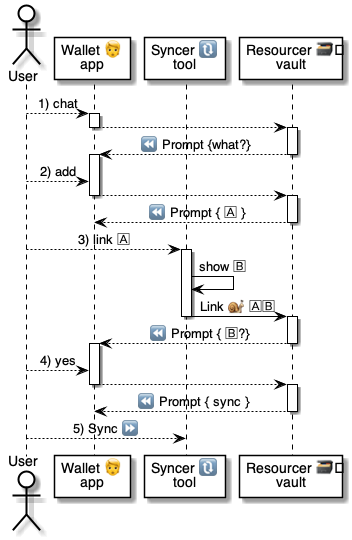
Earlier version of the PlantUML export 5 ⏩ Flows/77 🔃⏩ Syncer/.📎 Assets/clone.png (pollyweb-org/pollyweb-docs). Its source is kept beside it as 5 ⏩ Flows/77 🔃⏩ Syncer/.📎 Assets/clone.puml.
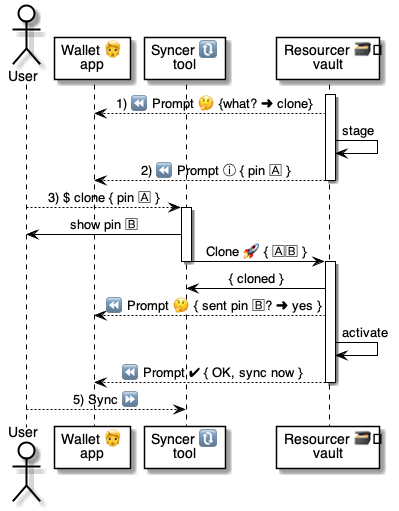
After the commit.

Change to the diagram source:
```diff
@@ -6,43 +6,24 @@
 participant "Resourcer 🗃️\nvault" as resourcer
 
 
-    user --> wallet: 1) chat
-    activate wallet
-        wallet --> resourcer:
-    deactivate wallet
-
     activate resourcer
-        resourcer --> wallet: ⏪ Prompt {what?}
+        resourcer --> wallet: 1) ⏪ Prompt 🤔 {what? ➜ clone}
+        resourcer -> resourcer: stage
+        resourcer --> wallet: 2) ⏪ Prompt ⓘ { pin 🄰 }
     deactivate resourcer
 
-    activate wallet
-        user --> wallet: 2) add
-        wallet --> resourcer:
-    deactivate wallet
-
-    activate resourcer
-        resourcer --> wallet: ⏪ Prompt { 🄰 }
-    deactivate resourcer
-
-
-    user --> syncer: 3) link 🄰
+        user --> syncer: 3) $ clone { pin 🄰 }
 
     activate syncer
-        syncer -> syncer: show 🄱
-        syncer -> resourcer: Link 🐌 🄰🄱
+        syncer -> user: show pin 🄱
+        syncer -> resourcer: Clone 🚀 { 🄰🄱 }
     deactivate syncer
 
     activate resourcer
-        resourcer --> wallet: ⏪ Prompt { 🄱?}
-    deactivate resourcer
-
-    activate wallet
-        user --> wallet: 4) yes
-        wallet --> resourcer:
-    deactivate wallet
-
-    activate resourcer
-        resourcer --> wallet: ⏪ Prompt { sync }
+        resourcer -> syncer: { cloned }
+        resourcer --> wallet: ⏪ Prompt 🤔 { sent pin 🄱? ➜ yes }
+        resourcer -> resourcer: activate
+        resourcer --> wallet: ⏪ Prompt ✔ { OK, sync now }
     deactivate resourcer
 
     user --> syncer: 5) Sync ⏩
```
